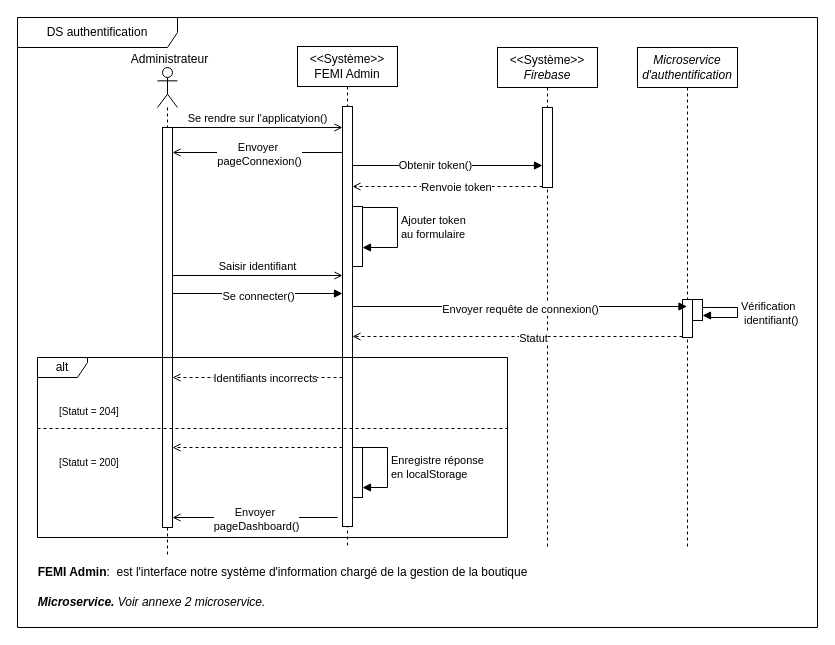
This is page "DS-1-AUTH" (5 of 10) of Diagramme cas d'utiilisation katina.drawio from kbvac/Diagramme-UML, a draw.io file, before an edit. Source tidied: cells renumbered, new cells numbered last; positions are measured from the earlier drawing's top-left corner, leaving out a move shared by most shapes. Both pictures are drawn from the tidied source at 100%, with x=0, y=0 at pixel (17, 17).
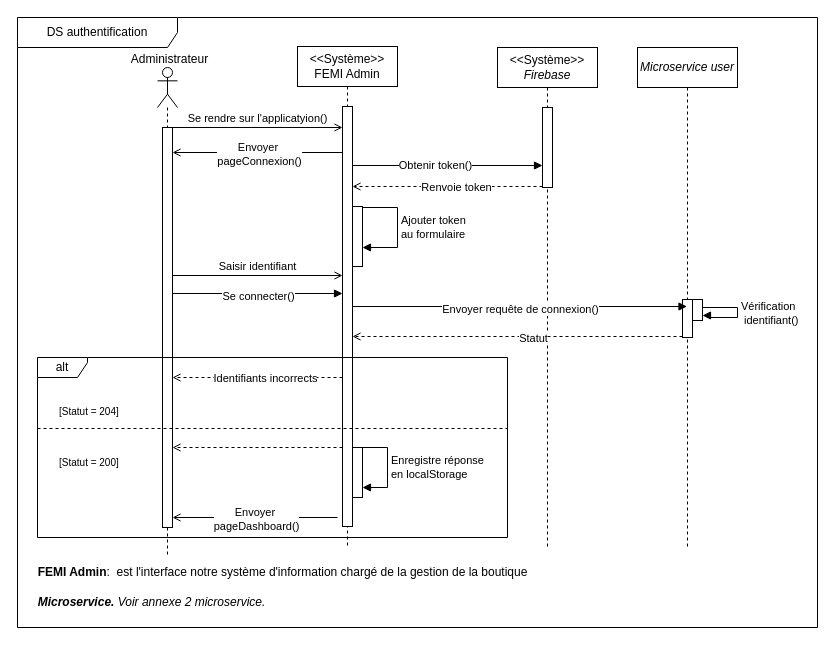
After the change.

Unchanged cells that the change refers to:
```xml
<mxCell id="9" value="DS authentification" style="shape=umlFrame;whiteSpace=wrap;html=1;width=160;" parent="1" vertex="1">
  <mxGeometry width="800" height="610" as="geometry" />
</mxCell>
```

What changed in the source:
```diff
@@
-    <mxCell id="20" value="&lt;i&gt;Microservice d'authentification&lt;/i&gt;" style="shape=umlLifeline;perimeter=lifelinePerimeter;whiteSpace=wrap;html=1;newEdgeStyle={&quot;edgeStyle&quot;:&quot;elbowEdgeStyle&quot;,&quot;elbow&quot;:&quot;vertical&quot;,&quot;curved&quot;:0,&quot;rounded&quot;:0};" parent="9" vertex="1">
+    <mxCell id="20" value="&lt;i&gt;Microservice user&lt;/i&gt;" style="shape=umlLifeline;perimeter=lifelinePerimeter;whiteSpace=wrap;html=1;newEdgeStyle={&quot;edgeStyle&quot;:&quot;elbowEdgeStyle&quot;,&quot;elbow&quot;:&quot;vertical&quot;,&quot;curved&quot;:0,&quot;rounded&quot;:0};" parent="9" vertex="1">
       <mxGeometry x="620" y="30" width="100" height="500" as="geometry" />
     </mxCell>
```
